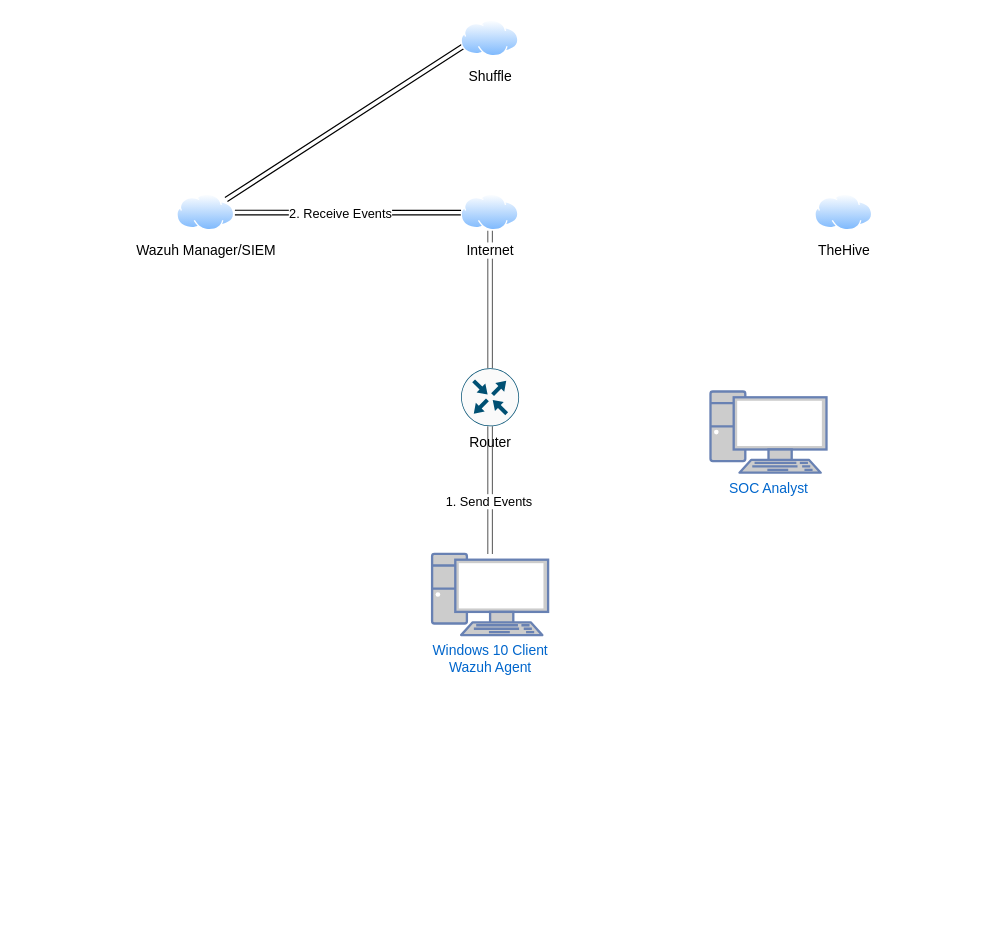
Above: Untitled Diagram.drawio in Skrillaaaaa/SOC-Automation-Project (draw.io), before the change. Source tidied: cells renumbered, new cells numbered last; positions are measured from the earlier drawing's top-left corner, leaving out a move shared by most shapes. Both pictures are drawn from the tidied source at 116%, with x=0, y=0 at pixel (176, 20).
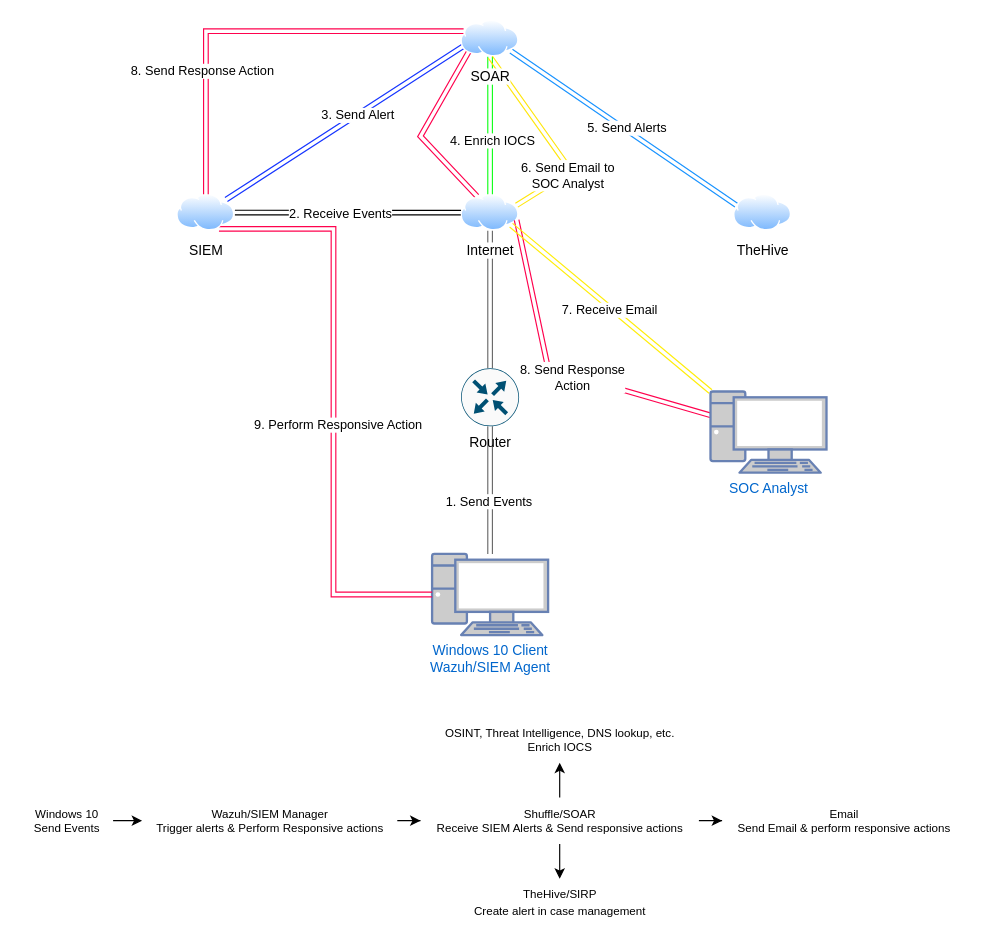
The same page after the edit.

The change refers to these unchanged cells:
```xml
<mxCell id="7" value="Internet" style="image;perimeter=ellipsePerimeter;html=1;align=center;shadow=0;dashed=0;spacingTop=3;image=img/lib/active_directory/internet_cloud.svg;" parent="1" vertex="1">
  <mxGeometry x="245" y="150" width="50" height="31.5" as="geometry" />
</mxCell>
<mxCell id="12" value="SOC Analyst" style="fontColor=#0066CC;verticalAlign=top;verticalLabelPosition=bottom;labelPosition=center;align=center;html=1;outlineConnect=0;fillColor=#CCCCCC;strokeColor=#6881B3;gradientColor=none;gradientDirection=north;strokeWidth=2;shape=mxgraph.networks.pc;" parent="1" vertex="1">
  <mxGeometry x="460" y="320" width="100" height="70" as="geometry" />
</mxCell>
```

Change to the diagram source:
```diff
@@
-    <mxCell id="3" value="Windows 10 Client&lt;div&gt;Wazuh Agent&lt;/div&gt;" style="fontColor=#0066CC;verticalAlign=top;verticalLabelPosition=bottom;labelPosition=center;align=center;html=1;outlineConnect=0;fillColor=#CCCCCC;strokeColor=#6881B3;gradientColor=none;gradientDirection=north;strokeWidth=2;shape=mxgraph.networks.pc;" parent="1" vertex="1">
+    <mxCell id="3" value="Windows 10 Client&lt;div&gt;Wazuh/SIEM Agent&lt;/div&gt;" style="fontColor=#0066CC;verticalAlign=top;verticalLabelPosition=bottom;labelPosition=center;align=center;html=1;outlineConnect=0;fillColor=#CCCCCC;strokeColor=#6881B3;gradientColor=none;gradientDirection=north;strokeWidth=2;shape=mxgraph.networks.pc;" parent="1" vertex="1">
       <mxGeometry x="220" y="460" width="100" height="70" as="geometry" />
     </mxCell>
@@
+    <mxCell id="16" style="rounded=0;jettySize=auto;html=1;exitX=0.25;exitY=0;exitDx=0;exitDy=0;entryX=0;entryY=1;entryDx=0;entryDy=0;shape=link;strokeColor=#FF024E;" parent="1" edge="1" source="7" target="10">
+      <mxGeometry relative="1" as="geometry">
+        <Array as="points">
+          <mxPoint x="210" y="100" />
+        </Array>
+      </mxGeometry>
+    </mxCell>
@@
-    <mxCell id="8" style="rounded=0;jettySize=auto;html=1;shape=link;entryX=0;entryY=0.75;entryDx=0;entryDy=0;" parent="1" edge="1" source="9" target="10">
+    <mxCell id="8" style="rounded=0;jettySize=auto;html=1;shape=link;entryX=0;entryY=0.75;entryDx=0;entryDy=0;strokeColor=#1635FF;" parent="1" edge="1" source="9" target="10">
       <mxGeometry relative="1" as="geometry" />
     </mxCell>
+    <mxCell id="17" value="3. Send Alert" style="edgeLabel;html=1;align=center;verticalAlign=middle;" parent="8" vertex="1">
+      <mxGeometry x="0.1" relative="1" as="geometry" />
+    </mxCell>
+    <mxCell id="18" style="edgeStyle=orthogonalEdgeStyle;rounded=0;jettySize=auto;html=1;exitX=0.75;exitY=1;exitDx=0;exitDy=0;shape=link;strokeColor=#FF024E;entryX=0;entryY=0.5;entryDx=0;entryDy=0;entryPerimeter=0;" parent="1" edge="1" source="9" target="3">
+      <mxGeometry relative="1" as="geometry" />
+    </mxCell>
+    <mxCell id="19" value="9. Perform Responsive Action" style="edgeLabel;html=1;align=center;verticalAlign=middle;" parent="18" vertex="1">
+      <mxGeometry x="0.07" y="3" relative="1" as="geometry" />
+    </mxCell>
-    <mxCell id="9" value="Wazuh Manager/SIEM" style="image;perimeter=ellipsePerimeter;html=1;align=center;shadow=0;dashed=0;spacingTop=3;image=img/lib/active_directory/internet_cloud.svg;" parent="1" vertex="1">
+    <mxCell id="9" value="SIEM" style="image;perimeter=ellipsePerimeter;html=1;align=center;shadow=0;dashed=0;spacingTop=3;image=img/lib/active_directory/internet_cloud.svg;" parent="1" vertex="1">
       <mxGeometry y="150" width="50" height="31.5" as="geometry" />
     </mxCell>
+    <mxCell id="20" style="edgeStyle=orthogonalEdgeStyle;rounded=0;jettySize=auto;html=1;exitX=0.5;exitY=1;exitDx=0;exitDy=0;entryX=0.5;entryY=0;entryDx=0;entryDy=0;shape=link;strokeColor=#16FF1E;" parent="1" edge="1" source="10" target="7">
+      <mxGeometry relative="1" as="geometry" />
+    </mxCell>
+    <mxCell id="21" value="4. Enrich IOCS" style="edgeLabel;html=1;align=center;verticalAlign=middle;" parent="20" vertex="1">
+      <mxGeometry x="0.22" y="1" relative="1" as="geometry" />
+    </mxCell>
+    <mxCell id="22" style="rounded=0;jettySize=auto;html=1;exitX=1;exitY=1;exitDx=0;exitDy=0;entryX=0;entryY=0.25;entryDx=0;entryDy=0;shape=link;strokeColor=#1993FF;" parent="1" edge="1" source="10" target="11">
+      <mxGeometry relative="1" as="geometry" />
+    </mxCell>
+    <mxCell id="23" value="5. Send Alerts" style="edgeLabel;html=1;align=center;verticalAlign=middle;" parent="22" vertex="1">
+      <mxGeometry x="0.01" y="2" relative="1" as="geometry" />
+    </mxCell>
+    <mxCell id="24" style="rounded=0;jettySize=auto;html=1;exitX=0.5;exitY=1;exitDx=0;exitDy=0;entryX=1;entryY=0.25;entryDx=0;entryDy=0;shape=link;strokeColor=#FFE60C;" parent="1" edge="1" source="10" target="7">
+      <mxGeometry relative="1" as="geometry">
+        <Array as="points">
+          <mxPoint x="340" y="130" />
+        </Array>
+      </mxGeometry>
+    </mxCell>
+    <mxCell id="25" value="6. Send Email to&lt;div&gt;SOC Analyst&lt;/div&gt;" style="edgeLabel;html=1;align=center;verticalAlign=middle;" parent="24" vertex="1">
+      <mxGeometry x="0.43" y="1" relative="1" as="geometry" />
+    </mxCell>
+    <mxCell id="26" style="edgeStyle=orthogonalEdgeStyle;rounded=0;jettySize=auto;html=1;exitX=0;exitY=0.25;exitDx=0;exitDy=0;entryX=0.5;entryY=0;entryDx=0;entryDy=0;strokeColor=#FF024E;shape=link;" parent="1" edge="1" source="10" target="9">
+      <mxGeometry relative="1" as="geometry" />
+    </mxCell>
+    <mxCell id="27" value="8. Send Response Action" style="edgeLabel;html=1;align=center;verticalAlign=middle;" parent="26" vertex="1">
+      <mxGeometry x="0.41" y="-4" relative="1" as="geometry" />
+    </mxCell>
-    <mxCell id="10" value="Shuffle&lt;div&gt;&lt;br&gt;&lt;/div&gt;" style="image;perimeter=ellipsePerimeter;html=1;align=center;shadow=0;dashed=0;spacingTop=3;image=img/lib/active_directory/internet_cloud.svg;" parent="1" vertex="1">
+    <mxCell id="10" value="&lt;div&gt;SOAR&lt;/div&gt;" style="image;perimeter=ellipsePerimeter;html=1;align=center;shadow=0;dashed=0;spacingTop=3;image=img/lib/active_directory/internet_cloud.svg;" parent="1" vertex="1">
       <mxGeometry x="245" width="50" height="31.5" as="geometry" />
     </mxCell>
     <mxCell id="11" value="&lt;div&gt;TheHive&lt;/div&gt;" style="image;perimeter=ellipsePerimeter;html=1;align=center;shadow=0;dashed=0;spacingTop=3;image=img/lib/active_directory/internet_cloud.svg;" parent="1" vertex="1">
-      <mxGeometry x="550" y="150" width="50" height="31.5" as="geometry" />
+      <mxGeometry x="480" y="150" width="50" height="31.5" as="geometry" />
     </mxCell>
+    <mxCell id="28" style="rounded=0;jettySize=auto;html=1;entryX=1;entryY=0.75;entryDx=0;entryDy=0;shape=link;strokeColor=#FF024E;" parent="1" edge="1" source="12" target="7">
+      <mxGeometry relative="1" as="geometry">
+        <Array as="points">
+          <mxPoint x="320" y="300" />
+        </Array>
+      </mxGeometry>
+    </mxCell>
+    <mxCell id="29" value="8. Send Response&lt;div&gt;Action&lt;/div&gt;" style="edgeLabel;html=1;align=center;verticalAlign=middle;" parent="28" vertex="1">
+      <mxGeometry x="-0.1" y="1" relative="1" as="geometry" />
+    </mxCell>
@@
+    <mxCell id="30" style="rounded=0;jettySize=auto;html=1;exitX=1;exitY=1;exitDx=0;exitDy=0;entryX=0;entryY=0;entryDx=0;entryDy=0;entryPerimeter=0;shape=link;strokeColor=#FFEE0A;" parent="1" edge="1" source="7" target="12">
+      <mxGeometry relative="1" as="geometry" />
+    </mxCell>
+    <mxCell id="31" value="7. Receive Email" style="edgeLabel;html=1;align=center;verticalAlign=middle;" parent="30" vertex="1">
+      <mxGeometry y="-2" relative="1" as="geometry" />
+    </mxCell>
+    <mxCell id="32" style="edgeStyle=orthogonalEdgeStyle;rounded=0;jettySize=auto;html=1;" parent="1" edge="1" source="33" target="35">
+      <mxGeometry relative="1" as="geometry" />
+    </mxCell>
+    <mxCell id="33" value="Windows 10&lt;div&gt;Send Events&lt;/div&gt;" style="text;html=1;align=center;verticalAlign=middle;points=[];strokeColor=none;fillColor=none;fontSize=10;" parent="1" vertex="1">
+      <mxGeometry x="-135" y="670" width="80" height="40" as="geometry" />
+    </mxCell>
+    <mxCell id="34" style="edgeStyle=orthogonalEdgeStyle;rounded=0;jettySize=auto;html=1;" parent="1" edge="1" source="35" target="39">
+      <mxGeometry relative="1" as="geometry" />
+    </mxCell>
+    <mxCell id="35" value="Wazuh/SIEM Manager&lt;div&gt;Trigger alerts &amp;amp; Perform Responsive actions&lt;/div&gt;" style="text;html=1;align=center;verticalAlign=middle;points=[];strokeColor=none;fillColor=none;fontSize=10;" parent="1" vertex="1">
+      <mxGeometry x="-30" y="670" width="220" height="40" as="geometry" />
+    </mxCell>
+    <mxCell id="36" style="edgeStyle=orthogonalEdgeStyle;rounded=0;jettySize=auto;html=1;" parent="1" edge="1" source="39" target="40">
+      <mxGeometry relative="1" as="geometry" />
+    </mxCell>
+    <mxCell id="37" style="edgeStyle=orthogonalEdgeStyle;rounded=0;jettySize=auto;html=1;" parent="1" edge="1" source="39" target="41">
+      <mxGeometry relative="1" as="geometry" />
+    </mxCell>
+    <mxCell id="38" style="edgeStyle=orthogonalEdgeStyle;rounded=0;jettySize=auto;html=1;" parent="1" edge="1" source="39" target="42">
+      <mxGeometry relative="1" as="geometry" />
+    </mxCell>
+    <mxCell id="39" value="Shuffle/SOAR&lt;div&gt;Receive SIEM Alerts &amp;amp; Send responsive actions&lt;/div&gt;" style="text;html=1;align=center;verticalAlign=middle;points=[];strokeColor=none;fillColor=none;fontSize=10;" parent="1" vertex="1">
+      <mxGeometry x="210" y="670" width="240" height="40" as="geometry" />
+    </mxCell>
+    <mxCell id="40" value="OSINT, Threat Intelligence, DNS lookup, etc.&lt;div&gt;Enrich IOCS&lt;/div&gt;" style="text;html=1;align=center;verticalAlign=middle;points=[];strokeColor=none;fillColor=none;fontSize=10;" parent="1" vertex="1">
+      <mxGeometry x="220" y="600" width="220" height="40" as="geometry" />
+    </mxCell>
+    <mxCell id="41" value="&lt;font style=&quot;font-size: 10px;&quot;&gt;TheHive/SIRP&lt;/font&gt;&lt;div&gt;&lt;font style=&quot;font-size: 10px;&quot;&gt;Create alert in case management&lt;/font&gt;&lt;/div&gt;" style="text;html=1;align=center;verticalAlign=middle;points=[];strokeColor=none;fillColor=none;" parent="1" vertex="1">
+      <mxGeometry x="245" y="740" width="170" height="40" as="geometry" />
+    </mxCell>
+    <mxCell id="42" value="Email&lt;div&gt;Send Email &amp;amp; perform responsive actions&lt;/div&gt;" style="text;html=1;align=center;verticalAlign=middle;points=[];strokeColor=none;fillColor=none;fontSize=10;" parent="1" vertex="1">
+      <mxGeometry x="470" y="670" width="210" height="40" as="geometry" />
+    </mxCell>
```
